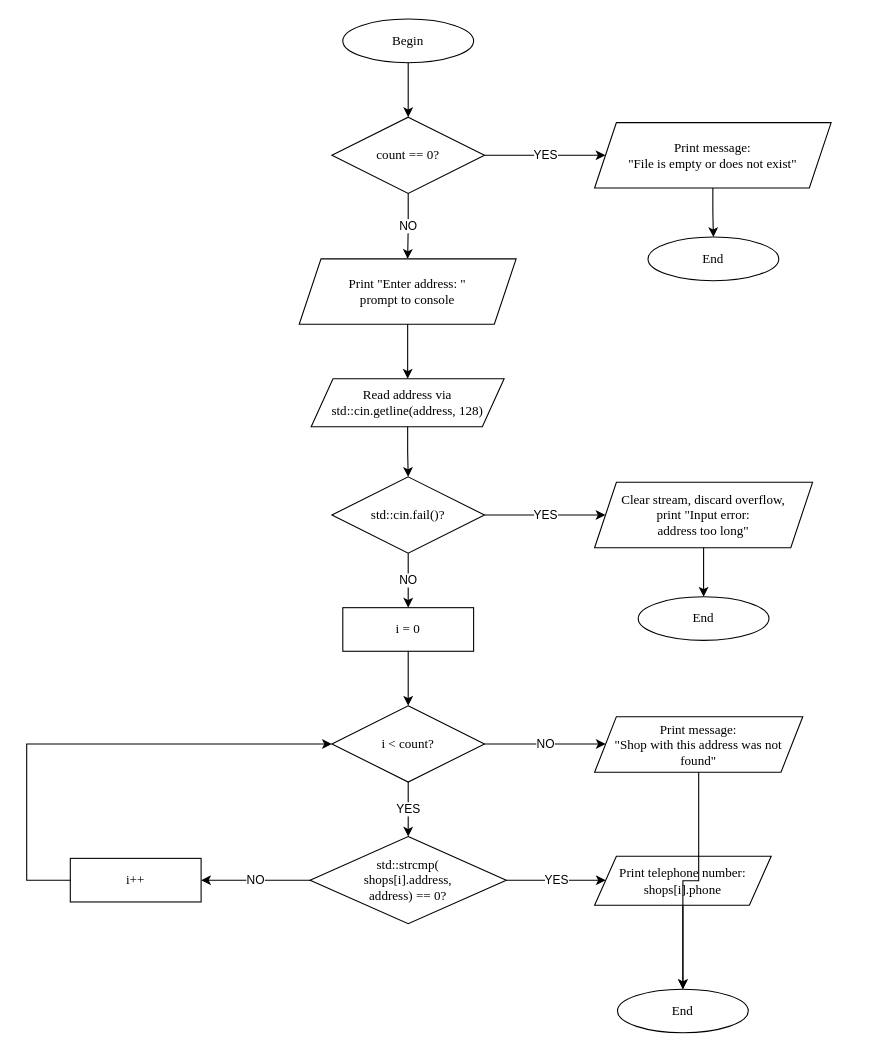
The draw.io diagram Programming/LAB2_2/LAB2_2.drawio in st93642/TSI, before the edit. Source tidied: cells renumbered, new cells numbered last; positions are measured from the earlier drawing's top-left corner, leaving out a move shared by most shapes. Both pictures are drawn from the tidied source at 109%, with x=0, y=0 at pixel (26, 19).
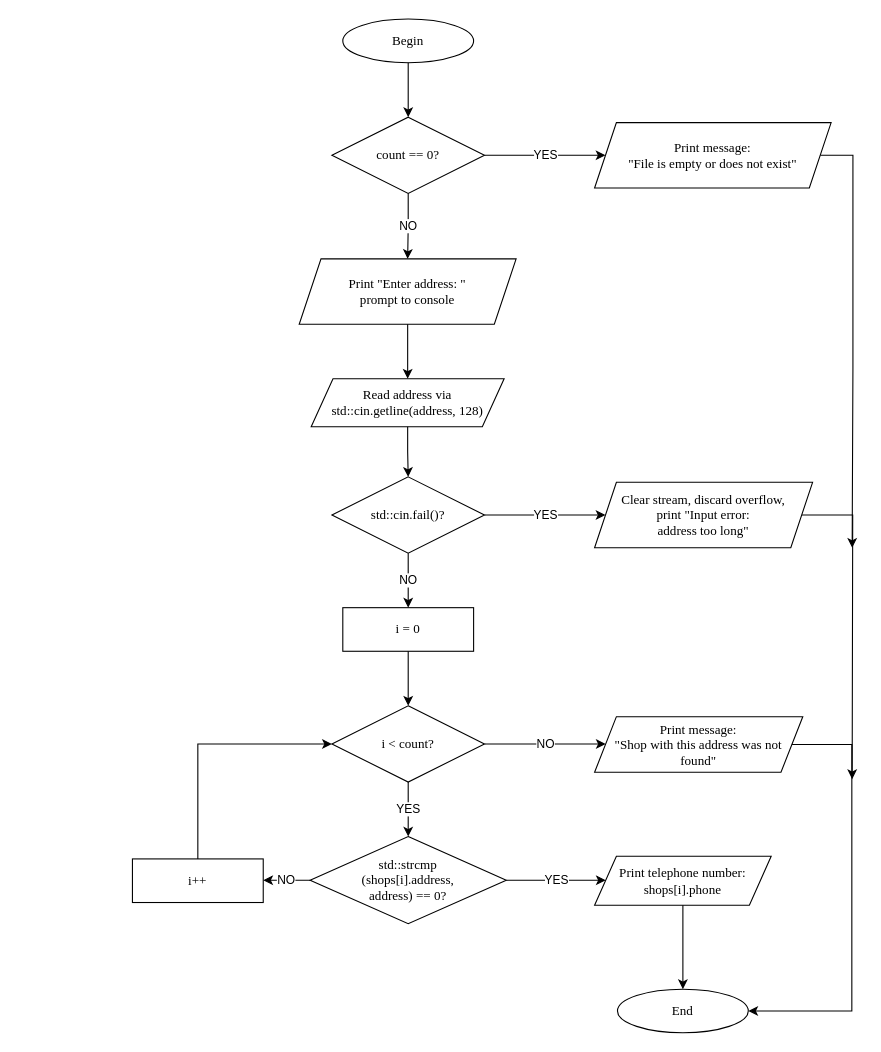
The same diagram, later.

Unchanged cells that the change refers to:
```xml
<mxCell id="5" value="Print message:&lt;br&gt;&amp;quot;File is empty or does not exist&amp;quot;" style="shape=parallelogram;perimeter=parallelogramPerimeter;whiteSpace=wrap;html=1;fixedSize=1;fontFamily=Times New Roman;fontSize=12;" parent="1" vertex="1">
  <mxGeometry x="521" y="95" width="217" height="60" as="geometry" />
</mxCell>
<mxCell id="15" value="Clear stream, discard overflow,&lt;br&gt;print &amp;quot;Input error:&lt;br&gt;address too long&amp;quot;" style="shape=parallelogram;perimeter=parallelogramPerimeter;whiteSpace=wrap;html=1;fixedSize=1;fontFamily=Times New Roman;fontSize=12;" parent="1" vertex="1">
  <mxGeometry x="521" y="425" width="200" height="60" as="geometry" />
</mxCell>
<mxCell id="21" value="i &amp;lt; count?" style="rhombus;whiteSpace=wrap;html=1;fontFamily=Times New Roman;fontSize=12;" parent="1" vertex="1">
  <mxGeometry x="280" y="630" width="140" height="70" as="geometry" />
</mxCell>
<mxCell id="23" value="Print message:&lt;br&gt;&amp;quot;Shop with this address was not found&amp;quot;" style="shape=parallelogram;perimeter=parallelogramPerimeter;whiteSpace=wrap;html=1;fixedSize=1;fontFamily=Times New Roman;fontSize=12;" parent="1" vertex="1">
  <mxGeometry x="521" y="640" width="191" height="51" as="geometry" />
</mxCell>
<mxCell id="32" value="End" style="ellipse;whiteSpace=wrap;html=1;fontFamily=Times New Roman;fontSize=12;" parent="1" vertex="1">
  <mxGeometry x="542" y="890" width="120" height="40" as="geometry" />
</mxCell>
```

Change to the diagram source:
```diff
@@
+    <mxCell id="35" style="edgeStyle=orthogonalEdgeStyle;rounded=0;jettySize=auto;html=1;exitX=1;exitY=0.5;exitDx=0;exitDy=0;" parent="1" edge="1" source="5">
+      <mxGeometry relative="1" as="geometry">
+        <mxPoint x="757.3" y="485.1" as="targetPoint" />
+      </mxGeometry>
+    </mxCell>
@@
-    <mxCell id="7" value="End" style="ellipse;whiteSpace=wrap;html=1;fontFamily=Times New Roman;fontSize=12;" parent="1" vertex="1">
-      <mxGeometry x="570" y="200" width="120" height="40" as="geometry" />
-    </mxCell>
-    <mxCell id="8" style="edgeStyle=orthogonalEdgeStyle;rounded=0;jettySize=auto;html=1;" parent="1" edge="1" source="5" target="7">
-      <mxGeometry relative="1" as="geometry" />
-    </mxCell>
@@
+    <mxCell id="36" style="edgeStyle=orthogonalEdgeStyle;rounded=0;jettySize=auto;html=1;exitX=1;exitY=0.5;exitDx=0;exitDy=0;" parent="1" edge="1" source="15">
+      <mxGeometry relative="1" as="geometry">
+        <mxPoint x="757.3" y="697.3" as="targetPoint" />
+      </mxGeometry>
+    </mxCell>
@@
-    <mxCell id="17" value="End" style="ellipse;whiteSpace=wrap;html=1;fontFamily=Times New Roman;fontSize=12;" parent="1" vertex="1">
-      <mxGeometry x="561" y="530" width="120" height="40" as="geometry" />
-    </mxCell>
-    <mxCell id="18" style="edgeStyle=orthogonalEdgeStyle;rounded=0;jettySize=auto;html=1;" parent="1" edge="1" source="15" target="17">
-      <mxGeometry relative="1" as="geometry" />
-    </mxCell>
@@
-    <mxCell id="25" value="std::strcmp(&lt;br&gt;shops[i].address,&lt;br&gt;address) == 0?" style="rhombus;whiteSpace=wrap;html=1;fontFamily=Times New Roman;fontSize=12;" parent="1" vertex="1">
+    <mxCell id="25" value="std::strcmp&lt;div&gt;(shops[i].address,&lt;br&gt;address) == 0?&lt;/div&gt;" style="rhombus;whiteSpace=wrap;html=1;fontFamily=Times New Roman;fontSize=12;" parent="1" vertex="1">
       <mxGeometry x="260" y="750" width="180" height="80" as="geometry" />
     </mxCell>
@@
     <mxCell id="29" value="i++" style="rounded=0;whiteSpace=wrap;html=1;fontFamily=Times New Roman;fontSize=12;" parent="1" vertex="1">
-      <mxGeometry x="40" y="770" width="120" height="40" as="geometry" />
+      <mxGeometry x="97" y="770.5" width="120" height="40" as="geometry" />
     </mxCell>
@@
-    <mxCell id="31" style="edgeStyle=orthogonalEdgeStyle;rounded=0;jettySize=auto;html=1;exitX=0;exitY=0.5;exitDx=0;exitDy=0;entryX=0;entryY=0.5;entryDx=0;entryDy=0;" parent="1" edge="1" source="29" target="21">
+    <mxCell id="31" style="edgeStyle=orthogonalEdgeStyle;rounded=0;jettySize=auto;html=1;exitX=0.5;exitY=0;exitDx=0;exitDy=0;entryX=0;entryY=0.5;entryDx=0;entryDy=0;" parent="1" edge="1" source="29" target="21">
       <mxGeometry relative="1" as="geometry">
         <Array as="points">
-          <mxPoint y="790" />
-          <mxPoint y="665" />
+          <mxPoint x="157" y="665" />
         </Array>
       </mxGeometry>
     </mxCell>
@@
     <mxCell id="33" style="edgeStyle=orthogonalEdgeStyle;rounded=0;jettySize=auto;html=1;" parent="1" edge="1" source="23" target="32">
-      <mxGeometry relative="1" as="geometry" />
+      <mxGeometry relative="1" as="geometry">
+        <Array as="points">
+          <mxPoint x="757" y="666" />
+          <mxPoint x="757" y="910" />
+        </Array>
+      </mxGeometry>
     </mxCell>
```
